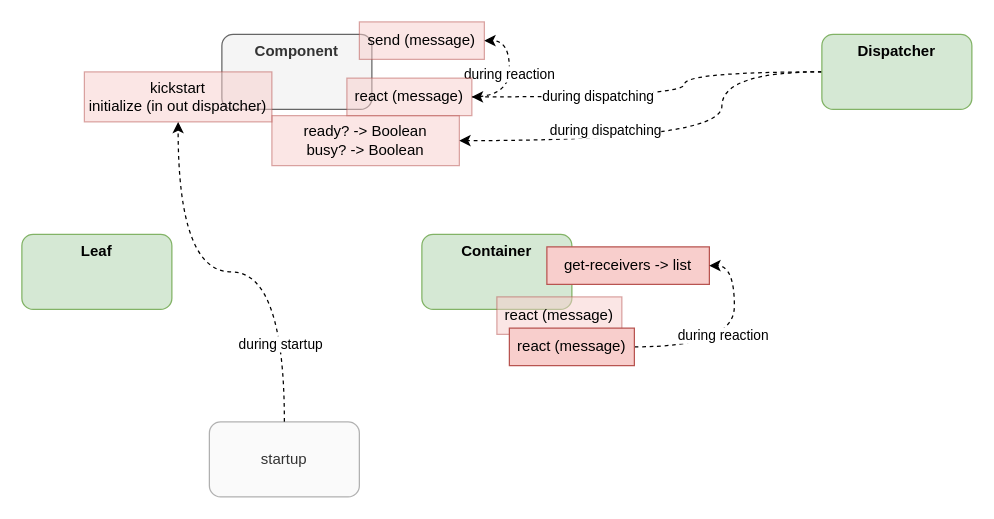
Before: page "4 Situations" (5 of 12) of shu-das2cl/design.drawio in guitarvydas/app, a draw.io diagram. Source tidied: cells renumbered, new cells numbered last; positions are measured from the earlier drawing's top-left corner, leaving out a move shared by most shapes. Both pictures are drawn from the tidied source at 125%, with x=0, y=0 at pixel (21, 21).
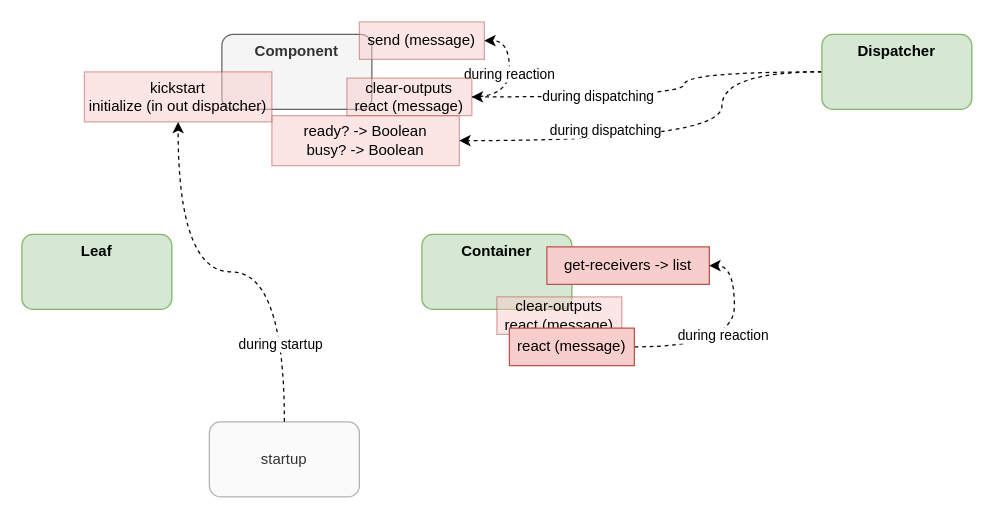
The same page after the edit.

What changed in the source:
```diff
@@
-    <mxCell id="19" value="react (message)" style="rounded=0;whiteSpace=wrap;html=1;fillColor=#f8cecc;strokeColor=#b85450;opacity=50;" parent="1" vertex="1">
+    <mxCell id="19" value="clear-outputs&lt;br&gt;react (message)" style="rounded=0;whiteSpace=wrap;html=1;fillColor=#f8cecc;strokeColor=#b85450;opacity=50;" parent="1" vertex="1">
       <mxGeometry x="260" y="45" width="100" height="30" as="geometry" />
     </mxCell>
@@
-    <mxCell id="22" value="react (message)" style="rounded=0;whiteSpace=wrap;html=1;fillColor=#f8cecc;strokeColor=#b85450;opacity=50;" parent="1" vertex="1">
+    <mxCell id="22" value="clear-outputs&lt;br&gt;react (message)" style="rounded=0;whiteSpace=wrap;html=1;fillColor=#f8cecc;strokeColor=#b85450;opacity=50;" parent="1" vertex="1">
       <mxGeometry x="380" y="220" width="100" height="30" as="geometry" />
     </mxCell>
```
